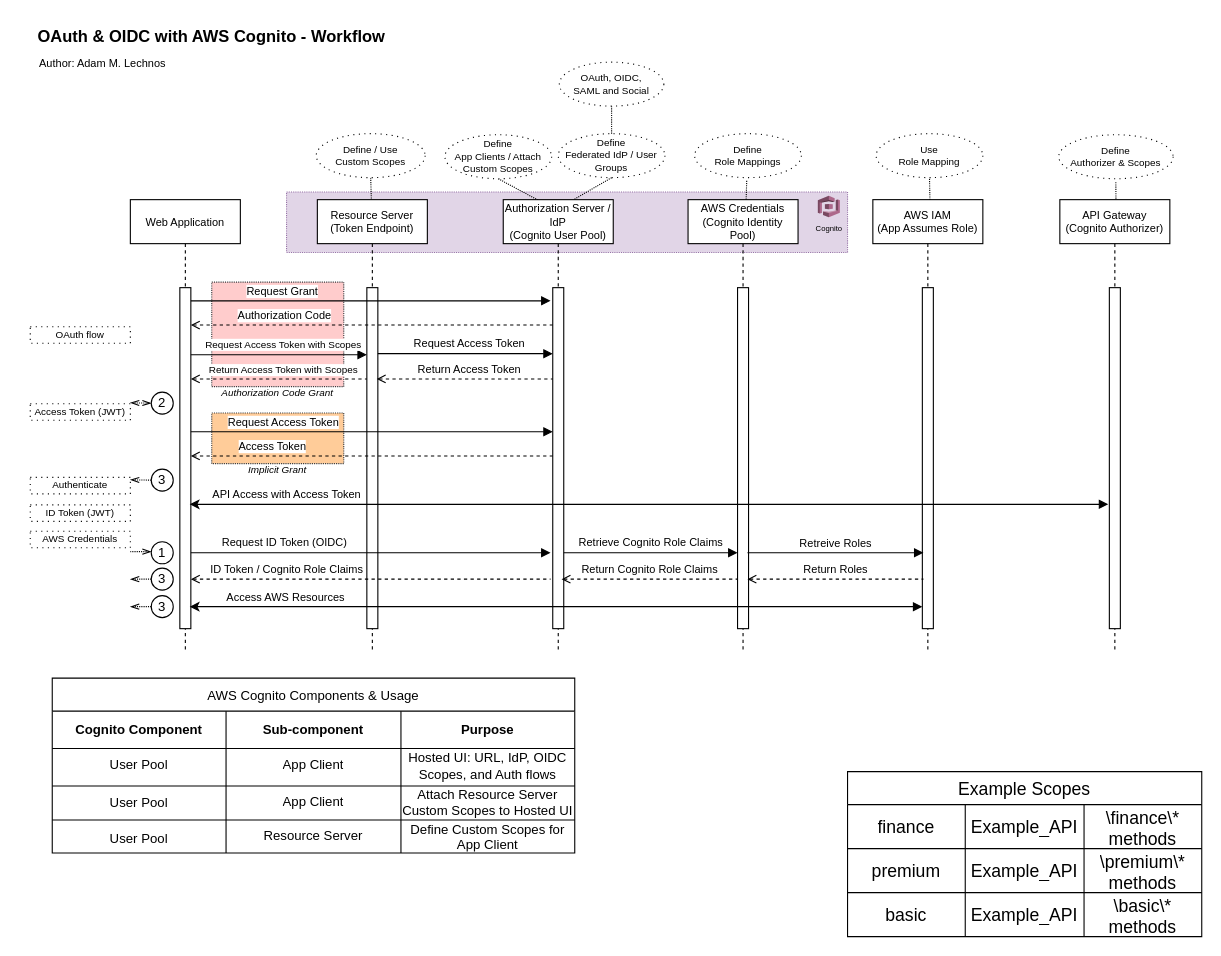
Above: devops/OAuth20-Sequence-Diagram.drawio in Adam-Lechnos/diagrams-charts (draw.io), before the change. Source tidied: cells renumbered, new cells numbered last; positions are measured from the earlier drawing's top-left corner, leaving out a move shared by most shapes. Both pictures are drawn from the tidied source at 110%, with x=0, y=0 at pixel (19, 19).
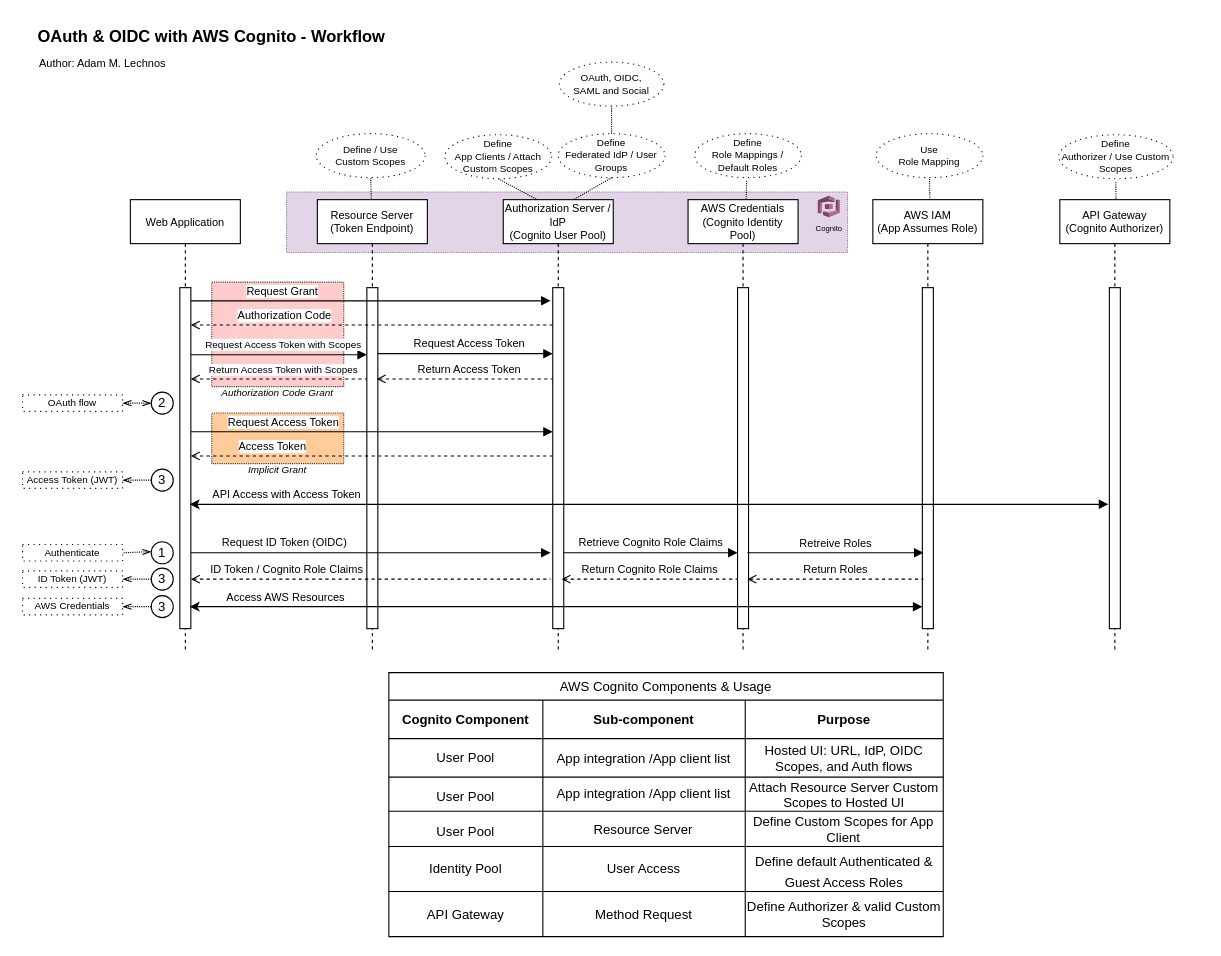
After the change.

Diff of the diagram source:
```diff
@@
-    <mxCell id="16" value="Define&lt;br&gt;Role Mappings" style="ellipse;whiteSpace=wrap;html=1;fontSize=9;dashed=1;dashPattern=1 4;" parent="1" vertex="1">
+    <mxCell id="16" value="Define&lt;br&gt;Role Mappings / Default Roles" style="ellipse;whiteSpace=wrap;html=1;fontSize=9;dashed=1;dashPattern=1 4;" parent="1" vertex="1">
       <mxGeometry x="614" y="104" width="97" height="40" as="geometry" />
     </mxCell>
@@
     <mxCell id="50" value="Authenticate" style="rounded=0;whiteSpace=wrap;html=1;fontSize=9;verticalAlign=middle;dashed=1;dashPattern=1 4;" parent="1" vertex="1">
-      <mxGeometry x="10" y="416.5" width="91" height="15" as="geometry" />
+      <mxGeometry x="3" y="477.5" width="91" height="15" as="geometry" />
     </mxCell>
     <mxCell id="51" value="Access Token (JWT)" style="rounded=0;whiteSpace=wrap;html=1;fontSize=9;verticalAlign=middle;dashed=1;dashPattern=1 4;" parent="1" vertex="1">
-      <mxGeometry x="10" y="349.5" width="91" height="15" as="geometry" />
+      <mxGeometry x="3" y="411.5" width="91" height="15" as="geometry" />
     </mxCell>
     <mxCell id="52" value="ID Token (JWT)" style="rounded=0;whiteSpace=wrap;html=1;fontSize=9;verticalAlign=middle;dashed=1;dashPattern=1 4;" parent="1" vertex="1">
-      <mxGeometry x="10" y="441.5" width="91" height="15" as="geometry" />
+      <mxGeometry x="3" y="501.5" width="91" height="15" as="geometry" />
     </mxCell>
     <mxCell id="53" value="AWS Credentials" style="rounded=0;whiteSpace=wrap;html=1;fontSize=9;verticalAlign=middle;dashed=1;dashPattern=1 4;" parent="1" vertex="1">
-      <mxGeometry x="10" y="465.5" width="91" height="15" as="geometry" />
+      <mxGeometry x="3" y="526.5" width="91" height="15" as="geometry" />
     </mxCell>
-    <mxCell id="54" style="rounded=0;orthogonalLoop=1;jettySize=auto;html=1;dashed=1;endArrow=openThin;endFill=0;dashPattern=1 1;exitX=0;exitY=0.5;exitDx=0;exitDy=0;startArrow=none;startFill=0;" parent="1" edge="1">
+    <mxCell id="54" style="rounded=0;jettySize=auto;html=1;dashed=1;endArrow=openThin;endFill=0;dashPattern=1 1;exitX=0;exitY=0.5;exitDx=0;exitDy=0;startArrow=none;startFill=0;entryX=1;entryY=0.5;entryDx=0;entryDy=0;" parent="1" edge="1" target="51">
       <mxGeometry relative="1" as="geometry">
         <mxPoint x="120" y="419" as="sourcePoint" />
-        <mxPoint x="101" y="418.7" as="targetPoint" />
       </mxGeometry>
     </mxCell>
-    <mxCell id="55" style="rounded=0;orthogonalLoop=1;jettySize=auto;html=1;dashed=1;endArrow=openThin;endFill=0;dashPattern=1 1;exitX=0;exitY=0.5;exitDx=0;exitDy=0;startArrow=none;startFill=0;" parent="1" edge="1">
+    <mxCell id="55" style="rounded=0;jettySize=auto;html=1;dashed=1;endArrow=openThin;endFill=0;dashPattern=1 1;exitX=0;exitY=0.5;exitDx=0;exitDy=0;startArrow=none;startFill=0;entryX=1;entryY=0.5;entryDx=0;entryDy=0;" parent="1" edge="1" target="52">
       <mxGeometry relative="1" as="geometry">
         <mxPoint x="120" y="509" as="sourcePoint" />
-        <mxPoint x="101" y="509" as="targetPoint" />
       </mxGeometry>
     </mxCell>
-    <mxCell id="56" style="rounded=0;orthogonalLoop=1;jettySize=auto;html=1;dashed=1;endArrow=openThin;endFill=0;dashPattern=1 1;exitX=0;exitY=0.5;exitDx=0;exitDy=0;startArrow=none;startFill=0;" parent="1" edge="1">
+    <mxCell id="56" style="rounded=0;jettySize=auto;html=1;dashed=1;endArrow=openThin;endFill=0;dashPattern=1 1;exitX=0;exitY=0.5;exitDx=0;exitDy=0;startArrow=none;startFill=0;entryX=1;entryY=0.5;entryDx=0;entryDy=0;" parent="1" edge="1" target="53">
       <mxGeometry relative="1" as="geometry">
         <mxPoint x="120" y="534" as="sourcePoint" />
-        <mxPoint x="101" y="534" as="targetPoint" />
       </mxGeometry>
     </mxCell>
-    <mxCell id="57" style="rounded=0;orthogonalLoop=1;jettySize=auto;html=1;dashed=1;endArrow=none;endFill=0;dashPattern=1 1;exitX=0;exitY=0.5;exitDx=0;exitDy=0;startArrow=openThin;startFill=0;" parent="1" edge="1">
+    <mxCell id="57" style="rounded=0;jettySize=auto;html=1;dashed=1;endArrow=none;endFill=0;dashPattern=1 1;exitX=0;exitY=0.5;exitDx=0;exitDy=0;startArrow=openThin;startFill=0;entryX=1;entryY=0.5;entryDx=0;entryDy=0;" parent="1" edge="1" target="50">
       <mxGeometry relative="1" as="geometry">
         <mxPoint x="120" y="484" as="sourcePoint" />
-        <mxPoint x="101" y="484" as="targetPoint" />
       </mxGeometry>
     </mxCell>
@@
-    <mxCell id="60" value="Define&lt;br&gt;Authorizer &amp;amp; Scopes" style="ellipse;whiteSpace=wrap;html=1;fontSize=9;dashed=1;dashPattern=1 4;" parent="1" vertex="1">
+    <mxCell id="60" value="Define&lt;br&gt;Authorizer / Use Custom Scopes" style="ellipse;whiteSpace=wrap;html=1;fontSize=9;dashed=1;dashPattern=1 4;" parent="1" vertex="1">
       <mxGeometry x="945" y="105" width="104" height="40" as="geometry" />
     </mxCell>
@@
     <mxCell id="66" value="OAuth flow" style="rounded=0;whiteSpace=wrap;html=1;fontSize=9;verticalAlign=middle;dashed=1;dashPattern=1 4;" parent="1" vertex="1">
-      <mxGeometry x="10" y="279.5" width="91" height="15" as="geometry" />
+      <mxGeometry x="3" y="341.5" width="91" height="15" as="geometry" />
     </mxCell>
-    <mxCell id="67" style="rounded=0;orthogonalLoop=1;jettySize=auto;html=1;dashed=1;endArrow=openThin;endFill=0;dashPattern=1 1;exitX=0;exitY=0.5;exitDx=0;exitDy=0;startArrow=openThin;startFill=0;" parent="1" edge="1">
+    <mxCell id="67" style="rounded=0;jettySize=auto;html=1;dashed=1;endArrow=openThin;endFill=0;dashPattern=1 1;exitX=0;exitY=0.5;exitDx=0;exitDy=0;startArrow=openThin;startFill=0;entryX=1;entryY=0.5;entryDx=0;entryDy=0;" parent="1" edge="1" target="66">
       <mxGeometry relative="1" as="geometry">
         <mxPoint x="120" y="349" as="sourcePoint" />
-        <mxPoint x="101" y="348.7" as="targetPoint" />
       </mxGeometry>
     </mxCell>
@@
-    <mxCell id="72" value="Example Scopes" style="shape=table;startSize=30;childLayout=tableLayout;strokeColor=default;fontSize=16;" parent="1" vertex="1">
-      <mxGeometry x="753" y="684" width="322" height="150" as="geometry" />
-    </mxCell>
-    <mxCell id="73" style="shape=tableRow;horizontal=0;startSize=0;swimlaneHead=0;swimlaneBody=0;strokeColor=inherit;top=0;left=0;bottom=0;right=0;fillColor=none;fontSize=16;" parent="72" vertex="1">
-      <mxGeometry y="30" width="322" height="40" as="geometry" />
-    </mxCell>
-    <mxCell id="74" value="finance" style="shape=partialRectangle;html=1;whiteSpace=wrap;strokeColor=inherit;overflow=hidden;fillColor=none;top=0;left=0;bottom=0;right=0;fontSize=16;" parent="73" vertex="1">
-      <mxGeometry width="107" height="40" as="geometry" />
-    </mxCell>
-    <mxCell id="75" value="Example_API" style="shape=partialRectangle;html=1;whiteSpace=wrap;strokeColor=inherit;overflow=hidden;fillColor=none;top=0;left=0;bottom=0;right=0;fontSize=16;" parent="73" vertex="1">
-      <mxGeometry x="107" width="108" height="40" as="geometry" />
-    </mxCell>
-    <mxCell id="76" value="\finance\* methods" style="shape=partialRectangle;html=1;whiteSpace=wrap;strokeColor=inherit;overflow=hidden;fillColor=none;top=0;left=0;bottom=0;right=0;fontSize=16;" parent="73" vertex="1">
-      <mxGeometry x="215" width="107" height="40" as="geometry" />
-    </mxCell>
-    <mxCell id="77" style="shape=tableRow;horizontal=0;startSize=0;swimlaneHead=0;swimlaneBody=0;strokeColor=inherit;top=0;left=0;bottom=0;right=0;fillColor=none;fontSize=16;" parent="72" vertex="1">
-      <mxGeometry y="70" width="322" height="40" as="geometry" />
-    </mxCell>
-    <mxCell id="78" value="premium" style="shape=partialRectangle;html=1;whiteSpace=wrap;strokeColor=inherit;overflow=hidden;fillColor=none;top=0;left=0;bottom=0;right=0;fontSize=16;" parent="77" vertex="1">
-      <mxGeometry width="107" height="40" as="geometry" />
-    </mxCell>
-    <mxCell id="79" value="Example_API" style="shape=partialRectangle;html=1;whiteSpace=wrap;strokeColor=inherit;overflow=hidden;fillColor=none;top=0;left=0;bottom=0;right=0;fontSize=16;" parent="77" vertex="1">
-      <mxGeometry x="107" width="108" height="40" as="geometry" />
-    </mxCell>
-    <mxCell id="80" value="\premium\*&lt;br&gt;methods" style="shape=partialRectangle;html=1;whiteSpace=wrap;strokeColor=inherit;overflow=hidden;fillColor=none;top=0;left=0;bottom=0;right=0;fontSize=16;" parent="77" vertex="1">
-      <mxGeometry x="215" width="107" height="40" as="geometry" />
-    </mxCell>
-    <mxCell id="81" style="shape=tableRow;horizontal=0;startSize=0;swimlaneHead=0;swimlaneBody=0;strokeColor=inherit;top=0;left=0;bottom=0;right=0;fillColor=none;fontSize=16;" parent="72" vertex="1">
-      <mxGeometry y="110" width="322" height="40" as="geometry" />
-    </mxCell>
-    <mxCell id="82" value="basic" style="shape=partialRectangle;html=1;whiteSpace=wrap;strokeColor=inherit;overflow=hidden;fillColor=none;top=0;left=0;bottom=0;right=0;fontSize=16;" parent="81" vertex="1">
-      <mxGeometry width="107" height="40" as="geometry" />
-    </mxCell>
-    <mxCell id="83" value="Example_API" style="shape=partialRectangle;html=1;whiteSpace=wrap;strokeColor=inherit;overflow=hidden;fillColor=none;top=0;left=0;bottom=0;right=0;fontSize=16;" parent="81" vertex="1">
-      <mxGeometry x="107" width="108" height="40" as="geometry" />
-    </mxCell>
-    <mxCell id="84" value="\basic\*&lt;br&gt;methods" style="shape=partialRectangle;html=1;whiteSpace=wrap;strokeColor=inherit;overflow=hidden;fillColor=none;top=0;left=0;bottom=0;right=0;fontSize=16;" parent="81" vertex="1">
-      <mxGeometry x="215" width="107" height="40" as="geometry" />
-    </mxCell>
-    <mxCell id="85" value="AWS Cognito Components &amp; Usage" style="shape=table;startSize=30;childLayout=tableLayout;strokeColor=default;fontSize=12;" parent="1" vertex="1">
-      <mxGeometry x="30" y="599" width="475" height="159" as="geometry" />
+    <mxCell id="85" value="AWS Cognito Components &amp; Usage" style="shape=table;startSize=25;childLayout=tableLayout;strokeColor=default;fontSize=12;" parent="1" vertex="1">
+      <mxGeometry x="336" y="594" width="504" height="240" as="geometry" />
     </mxCell>
     <mxCell id="86" style="shape=tableRow;horizontal=0;startSize=0;swimlaneHead=0;swimlaneBody=0;strokeColor=inherit;top=0;left=0;bottom=0;right=0;fillColor=none;fontSize=16;" parent="85" vertex="1">
-      <mxGeometry y="30" width="475" height="34" as="geometry" />
+      <mxGeometry y="25" width="504" height="35" as="geometry" />
     </mxCell>
     <mxCell id="87" value="Cognito Component" style="shape=partialRectangle;html=1;whiteSpace=wrap;strokeColor=inherit;overflow=hidden;fillColor=none;top=0;left=0;bottom=0;right=0;fontSize=12;fontStyle=1;" parent="86" vertex="1">
-      <mxGeometry width="158" height="34" as="geometry" />
+      <mxGeometry width="140" height="35" as="geometry" />
     </mxCell>
     <mxCell id="88" value="Sub-component" style="shape=partialRectangle;html=1;whiteSpace=wrap;strokeColor=inherit;overflow=hidden;fillColor=none;top=0;left=0;bottom=0;right=0;fontSize=12;fontStyle=1;" parent="86" vertex="1">
-      <mxGeometry x="158" width="159" height="34" as="geometry" />
+      <mxGeometry x="140" width="184" height="35" as="geometry" />
     </mxCell>
     <mxCell id="89" value="Purpose" style="shape=partialRectangle;html=1;whiteSpace=wrap;strokeColor=inherit;overflow=hidden;fillColor=none;top=0;left=0;bottom=0;right=0;fontSize=12;fontStyle=1;" parent="86" vertex="1">
-      <mxGeometry x="317" width="158" height="34" as="geometry" />
+      <mxGeometry x="324" width="180" height="35" as="geometry" />
     </mxCell>
     <mxCell id="90" style="shape=tableRow;horizontal=0;startSize=0;swimlaneHead=0;swimlaneBody=0;strokeColor=inherit;top=0;left=0;bottom=0;right=0;fillColor=none;fontSize=16;" parent="85" vertex="1">
-      <mxGeometry y="64" width="475" height="34" as="geometry" />
+      <mxGeometry y="60" width="504" height="35" as="geometry" />
     </mxCell>
     <mxCell id="91" style="shape=partialRectangle;html=1;whiteSpace=wrap;strokeColor=inherit;overflow=hidden;fillColor=none;top=0;left=0;bottom=0;right=0;fontSize=12;fontStyle=1;" parent="90" vertex="1">
-      <mxGeometry width="158" height="34" as="geometry" />
+      <mxGeometry width="140" height="35" as="geometry" />
     </mxCell>
     <mxCell id="92" style="shape=partialRectangle;html=1;whiteSpace=wrap;strokeColor=inherit;overflow=hidden;fillColor=none;top=0;left=0;bottom=0;right=0;fontSize=12;fontStyle=1;" parent="90" vertex="1">
-      <mxGeometry x="158" width="159" height="34" as="geometry" />
+      <mxGeometry x="140" width="184" height="35" as="geometry" />
     </mxCell>
     <mxCell id="93" style="shape=partialRectangle;html=1;whiteSpace=wrap;strokeColor=inherit;overflow=hidden;fillColor=none;top=0;left=0;bottom=0;right=0;fontSize=12;fontStyle=1;" parent="90" vertex="1">
-      <mxGeometry x="317" width="158" height="34" as="geometry" />
+      <mxGeometry x="324" width="180" height="35" as="geometry" />
     </mxCell>
     <mxCell id="94" style="shape=tableRow;horizontal=0;startSize=0;swimlaneHead=0;swimlaneBody=0;strokeColor=inherit;top=0;left=0;bottom=0;right=0;fillColor=none;fontSize=16;" parent="85" vertex="1">
-      <mxGeometry y="98" width="475" height="31" as="geometry" />
+      <mxGeometry y="95" width="504" height="31" as="geometry" />
     </mxCell>
     <mxCell id="95" style="shape=partialRectangle;html=1;whiteSpace=wrap;strokeColor=inherit;overflow=hidden;fillColor=none;top=0;left=0;bottom=0;right=0;fontSize=16;" parent="94" vertex="1">
-      <mxGeometry width="158" height="31" as="geometry" />
+      <mxGeometry width="140" height="31" as="geometry" />
     </mxCell>
     <mxCell id="96" style="shape=partialRectangle;html=1;whiteSpace=wrap;strokeColor=inherit;overflow=hidden;fillColor=none;top=0;left=0;bottom=0;right=0;fontSize=12;" parent="94" vertex="1">
-      <mxGeometry x="158" width="159" height="31" as="geometry" />
+      <mxGeometry x="140" width="184" height="31" as="geometry" />
     </mxCell>
     <mxCell id="97" style="shape=partialRectangle;html=1;whiteSpace=wrap;strokeColor=inherit;overflow=hidden;fillColor=none;top=0;left=0;bottom=0;right=0;fontSize=12;" parent="94" vertex="1">
-      <mxGeometry x="317" width="158" height="31" as="geometry" />
+      <mxGeometry x="324" width="180" height="31" as="geometry" />
     </mxCell>
     <mxCell id="98" style="shape=tableRow;horizontal=0;startSize=0;swimlaneHead=0;swimlaneBody=0;strokeColor=inherit;top=0;left=0;bottom=0;right=0;fillColor=none;fontSize=16;" parent="85" vertex="1">
-      <mxGeometry y="129" width="475" height="30" as="geometry" />
+      <mxGeometry y="126" width="504" height="32" as="geometry" />
     </mxCell>
     <mxCell id="99" style="shape=partialRectangle;html=1;whiteSpace=wrap;strokeColor=inherit;overflow=hidden;fillColor=none;top=0;left=0;bottom=0;right=0;fontSize=16;" parent="98" vertex="1">
-      <mxGeometry width="158" height="30" as="geometry" />
+      <mxGeometry width="140" height="32" as="geometry" />
     </mxCell>
     <mxCell id="100" style="shape=partialRectangle;html=1;whiteSpace=wrap;strokeColor=inherit;overflow=hidden;fillColor=none;top=0;left=0;bottom=0;right=0;fontSize=16;" parent="98" vertex="1">
-      <mxGeometry x="158" width="159" height="30" as="geometry" />
+      <mxGeometry x="140" width="184" height="32" as="geometry" />
     </mxCell>
     <mxCell id="101" style="shape=partialRectangle;html=1;whiteSpace=wrap;strokeColor=inherit;overflow=hidden;fillColor=none;top=0;left=0;bottom=0;right=0;fontSize=16;" parent="98" vertex="1">
-      <mxGeometry x="317" width="158" height="30" as="geometry" />
+      <mxGeometry x="324" width="180" height="32" as="geometry" />
     </mxCell>
+    <mxCell id="111" style="shape=tableRow;horizontal=0;startSize=0;swimlaneHead=0;swimlaneBody=0;strokeColor=inherit;top=0;left=0;bottom=0;right=0;fillColor=none;fontSize=16;" parent="85" vertex="1">
+      <mxGeometry y="158" width="504" height="41" as="geometry" />
+    </mxCell>
+    <mxCell id="112" value="Identity Pool" style="shape=partialRectangle;html=1;whiteSpace=wrap;strokeColor=inherit;overflow=hidden;fillColor=none;top=0;left=0;bottom=0;right=0;fontSize=12;" parent="111" vertex="1">
+      <mxGeometry width="140" height="41" as="geometry" />
+    </mxCell>
+    <mxCell id="113" value="User Access" style="shape=partialRectangle;html=1;whiteSpace=wrap;strokeColor=inherit;overflow=hidden;fillColor=none;top=0;left=0;bottom=0;right=0;fontSize=12;" parent="111" vertex="1">
+      <mxGeometry x="140" width="184" height="41" as="geometry" />
+    </mxCell>
+    <mxCell id="114" value="&lt;font style=&quot;font-size: 12px;&quot;&gt;Define default Authenticated &amp;amp; Guest Access Roles&lt;/font&gt;" style="shape=partialRectangle;html=1;whiteSpace=wrap;strokeColor=inherit;overflow=hidden;fillColor=none;top=0;left=0;bottom=0;right=0;fontSize=16;" parent="111" vertex="1">
+      <mxGeometry x="324" width="180" height="41" as="geometry" />
+    </mxCell>
+    <mxCell id="115" style="shape=tableRow;horizontal=0;startSize=0;swimlaneHead=0;swimlaneBody=0;strokeColor=inherit;top=0;left=0;bottom=0;right=0;fillColor=none;fontSize=16;" parent="85" vertex="1">
+      <mxGeometry y="199" width="504" height="41" as="geometry" />
+    </mxCell>
+    <mxCell id="116" value="API Gateway" style="shape=partialRectangle;html=1;whiteSpace=wrap;strokeColor=inherit;overflow=hidden;fillColor=none;top=0;left=0;bottom=0;right=0;fontSize=12;" parent="115" vertex="1">
+      <mxGeometry width="140" height="41" as="geometry" />
+    </mxCell>
+    <mxCell id="117" value="Method Request" style="shape=partialRectangle;html=1;whiteSpace=wrap;strokeColor=inherit;overflow=hidden;fillColor=none;top=0;left=0;bottom=0;right=0;fontSize=12;" parent="115" vertex="1">
+      <mxGeometry x="140" width="184" height="41" as="geometry" />
+    </mxCell>
+    <mxCell id="118" value="Define Authorizer &amp;amp; valid Custom Scopes" style="shape=partialRectangle;html=1;whiteSpace=wrap;strokeColor=inherit;overflow=hidden;fillColor=none;top=0;left=0;bottom=0;right=0;fontSize=12;" parent="115" vertex="1">
+      <mxGeometry x="324" width="180" height="41" as="geometry" />
+    </mxCell>
     <mxCell id="102" value="User Pool" style="shape=partialRectangle;html=1;whiteSpace=wrap;strokeColor=inherit;overflow=hidden;fillColor=none;top=0;left=0;bottom=0;right=0;fontSize=12;" parent="1" vertex="1">
-      <mxGeometry x="30" y="661" width="158" height="34" as="geometry" />
+      <mxGeometry x="336" y="655" width="140" height="34" as="geometry" />
     </mxCell>
-    <mxCell id="103" value="App Client" style="shape=partialRectangle;html=1;whiteSpace=wrap;strokeColor=inherit;overflow=hidden;fillColor=none;top=0;left=0;bottom=0;right=0;fontSize=12;" parent="1" vertex="1">
-      <mxGeometry x="188" y="661" width="159" height="34" as="geometry" />
+    <mxCell id="103" value="App integration /App client list" style="shape=partialRectangle;html=1;whiteSpace=wrap;strokeColor=inherit;overflow=hidden;fillColor=none;top=0;left=0;bottom=0;right=0;fontSize=12;" parent="1" vertex="1">
+      <mxGeometry x="476" y="656" width="184" height="34" as="geometry" />
     </mxCell>
     <mxCell id="104" value="&lt;font style=&quot;font-size: 12px;&quot;&gt;Hosted UI: URL, IdP, OIDC Scopes, and Auth flows&lt;/font&gt;" style="shape=partialRectangle;html=1;whiteSpace=wrap;strokeColor=inherit;overflow=hidden;fillColor=none;top=0;left=0;bottom=0;right=0;fontSize=10;" parent="1" vertex="1">
-      <mxGeometry x="347" y="662" width="158" height="34" as="geometry" />
+      <mxGeometry x="660" y="655" width="180" height="34" as="geometry" />
     </mxCell>
     <mxCell id="105" value="&lt;font style=&quot;font-size: 12px;&quot;&gt;User Pool&lt;/font&gt;" style="shape=partialRectangle;html=1;whiteSpace=wrap;strokeColor=inherit;overflow=hidden;fillColor=none;top=0;left=0;bottom=0;right=0;fontSize=16;" parent="1" vertex="1">
-      <mxGeometry x="30" y="695" width="158" height="31" as="geometry" />
+      <mxGeometry x="336" y="689" width="140" height="31" as="geometry" />
     </mxCell>
     <mxCell id="106" value="&lt;font style=&quot;font-size: 12px;&quot;&gt;User Pool&lt;/font&gt;" style="shape=partialRectangle;html=1;whiteSpace=wrap;strokeColor=inherit;overflow=hidden;fillColor=none;top=0;left=0;bottom=0;right=0;fontSize=16;" parent="1" vertex="1">
-      <mxGeometry x="30" y="727" width="158" height="31" as="geometry" />
+      <mxGeometry x="336" y="721" width="140" height="31" as="geometry" />
     </mxCell>
     <mxCell id="107" value="Resource Server" style="shape=partialRectangle;html=1;whiteSpace=wrap;strokeColor=inherit;overflow=hidden;fillColor=none;top=0;left=0;bottom=0;right=0;fontSize=12;" parent="1" vertex="1">
-      <mxGeometry x="188" y="727" width="159" height="31" as="geometry" />
+      <mxGeometry x="475" y="721" width="185" height="31" as="geometry" />
     </mxCell>
     <mxCell id="108" value="Define Custom Scopes for App Client" style="shape=partialRectangle;html=1;whiteSpace=wrap;strokeColor=inherit;overflow=hidden;fillColor=none;top=0;left=0;bottom=0;right=0;fontSize=12;" parent="1" vertex="1">
-      <mxGeometry x="347" y="727" width="158" height="31" as="geometry" />
+      <mxGeometry x="660" y="720" width="179" height="31" as="geometry" />
     </mxCell>
-    <mxCell id="109" value="App Client" style="shape=partialRectangle;html=1;whiteSpace=wrap;strokeColor=inherit;overflow=hidden;fillColor=none;top=0;left=0;bottom=0;right=0;fontSize=12;" parent="1" vertex="1">
-      <mxGeometry x="188" y="695" width="159" height="34" as="geometry" />
-    </mxCell>
     <mxCell id="110" value="&lt;font style=&quot;font-size: 12px;&quot;&gt;Attach Resource Server Custom Scopes to Hosted UI&lt;/font&gt;" style="shape=partialRectangle;html=1;whiteSpace=wrap;strokeColor=inherit;overflow=hidden;fillColor=none;top=0;left=0;bottom=0;right=0;fontSize=10;" parent="1" vertex="1">
-      <mxGeometry x="347" y="695" width="158" height="34" as="geometry" />
+      <mxGeometry x="660" y="689" width="180" height="30" as="geometry" />
     </mxCell>
+    <mxCell id="119" value="App integration /App client list" style="shape=partialRectangle;html=1;whiteSpace=wrap;strokeColor=inherit;overflow=hidden;fillColor=none;top=0;left=0;bottom=0;right=0;fontSize=12;" parent="1" vertex="1">
+      <mxGeometry x="476" y="687" width="184" height="34" as="geometry" />
+    </mxCell>
```
